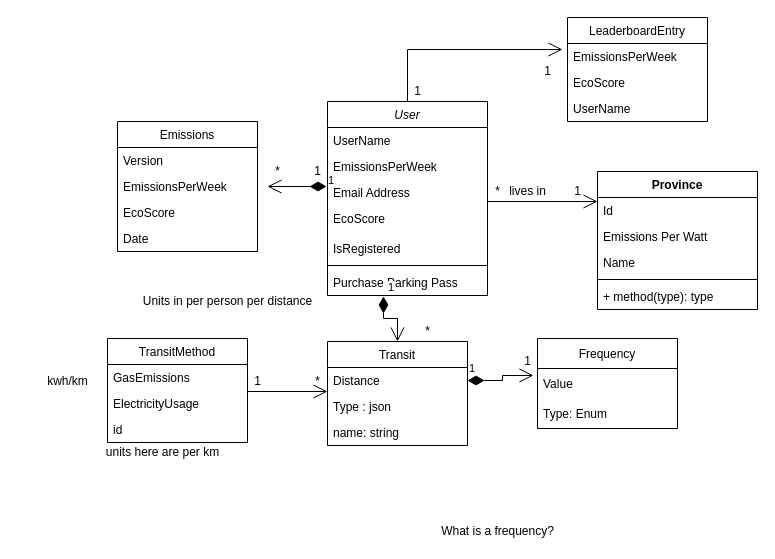
Above: Untitled Diagram.drawio in chrisvettese/microsoft-hackathon-2021 (draw.io), before the change. Source tidied: cells renumbered, new cells numbered last; positions are measured from the earlier drawing's top-left corner, leaving out a move shared by most shapes. Both pictures are drawn from the tidied source at 100%, with x=0, y=0 at pixel (37, 17).
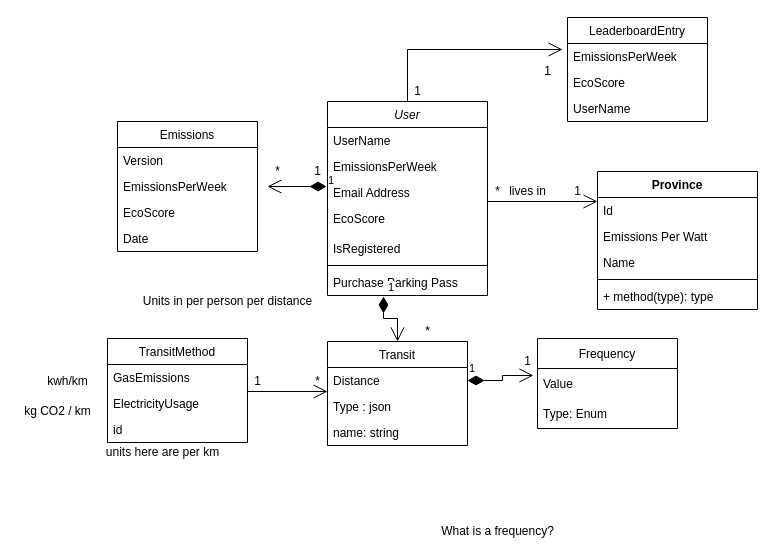
The same diagram, later.

Change to the diagram source:
```diff
@@
+    <mxCell id="57" value="kg CO2 / km" style="text;html=1;align=center;verticalAlign=middle;strokeColor=none;fillColor=none;" parent="1" vertex="1">
+      <mxGeometry x="-20" y="384" width="80" height="20" as="geometry" />
+    </mxCell>
```
